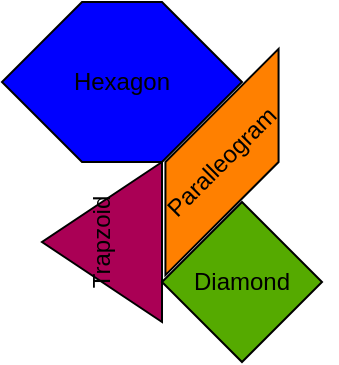
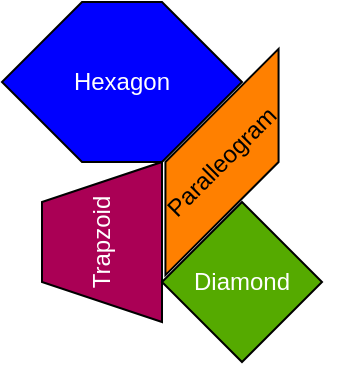
<mxfile host="app.diagrams.net">
  <diagram name="Page-1" id="shpfSSIQCS29oPshrrjq">
-     <mxGraphModel dx="934" dy="563" grid="1" gridSize="10" guides="1" tooltips="1" connect="1" arrows="1" fold="1" page="1" pageScale="1" pageWidth="850" pageHeight="1100" background="#FFFFFF" math="0" shadow="0">
+     <mxGraphModel dx="934" dy="563" grid="1" gridSize="10" guides="1" tooltips="1" connect="1" arrows="1" fold="1" page="1" pageScale="1" pageWidth="850" pageHeight="1100" background="#FFFFFF" math="0" shadow="0" adaptiveColors="none">
      <root>
        <mxCell id="0" />
        <mxCell id="1" parent="0" />
-         <mxCell id="7JozSPBK6JS9R-3lV8L3-1" parent="1" style="shape=hexagon;perimeter=hexagonPerimeter2;whiteSpace=wrap;html=1;fixedSize=1;size=40;fillColor=#0000FF;" value="Hexagon" vertex="1">
+         <mxCell id="7JozSPBK6JS9R-3lV8L3-1" parent="1" style="shape=hexagon;perimeter=hexagonPerimeter2;whiteSpace=wrap;html=1;fixedSize=1;size=40;fillColor=#0000FF;" value="&lt;font style=&quot;color: rgb(255,255,255)&quot;&gt;Hexagon&lt;/font&gt;" vertex="1">
          <mxGeometry height="80" width="120" x="40" y="40" as="geometry" />
        </mxCell>
-         <mxCell id="7JozSPBK6JS9R-3lV8L3-3" parent="1" style="shape=trapezoid;perimeter=trapezoidPerimeter;whiteSpace=wrap;html=1;fixedSize=1;size=40;rotation=-90;fillColor=#AA0055;" value="Trapzoid" vertex="1">
+         <mxCell id="7JozSPBK6JS9R-3lV8L3-3" parent="1" style="shape=trapezoid;perimeter=trapezoidPerimeter;whiteSpace=wrap;html=1;fixedSize=1;size=20;rotation=-90;fillColor=#AA0055;" value="&lt;font style=&quot;color: rgb(255,255,255)&quot;&gt;Trapzoid&lt;/font&gt;" vertex="1">
          <mxGeometry height="60" width="80" x="50" y="130" as="geometry" />
        </mxCell>
        <mxCell id="7JozSPBK6JS9R-3lV8L3-4" parent="1" style="shape=parallelogram;perimeter=parallelogramPerimeter;whiteSpace=wrap;html=1;fixedSize=1;size=40;rotation=-45;fillColor=#FF8000;" value="&lt;font style=&quot;color: rgb(0, 0, 0);&quot;&gt;Paralleogram&lt;/font&gt;" vertex="1">
          <mxGeometry height="40" width="120" x="90" y="100" as="geometry" />
        </mxCell>
-         <mxCell id="7JozSPBK6JS9R-3lV8L3-2" parent="1" style="rhombus;whiteSpace=wrap;html=1;fillColor=#55AA00;" value="Diamond" vertex="1">
+         <mxCell id="7JozSPBK6JS9R-3lV8L3-2" parent="1" style="rhombus;whiteSpace=wrap;html=1;fillColor=#55AA00;" value="&lt;font style=&quot;color: rgb(255,255,255)&quot;&gt;Diamond&lt;/font&gt;" vertex="1">
          <mxGeometry height="80" width="80" x="120" y="140" as="geometry" />
        </mxCell>
      </root>
    </mxGraphModel>
  </diagram>
</mxfile>
